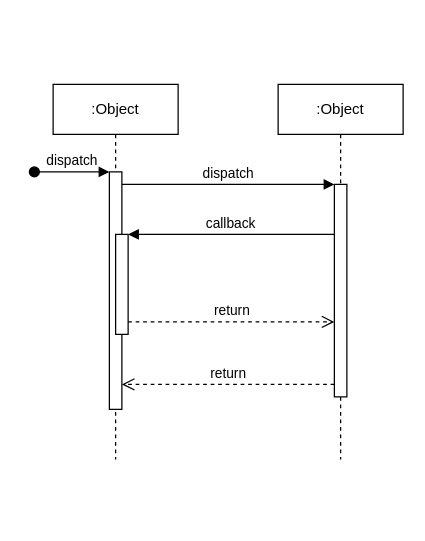
This is Diagramme sans nom.drawio from AssFrdz/Diagramme-de-classe, a draw.io file, before an edit. Source tidied: cells renumbered, new cells numbered last; positions are measured from the earlier drawing's top-left corner, leaving out a move shared by most shapes. Both pictures are drawn from the tidied source at 125%, with x=0, y=0 at pixel (34, 84).
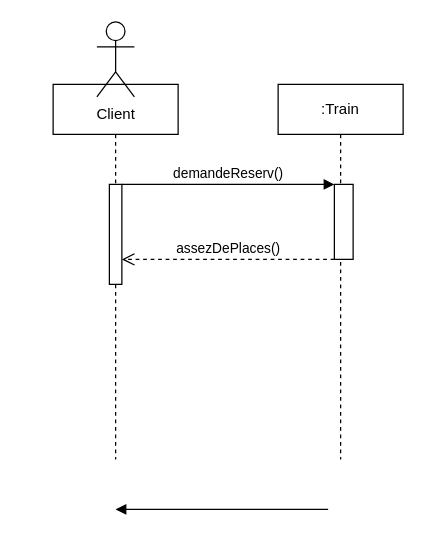
The same page after the edit.

Commit message:
Mettre à jour Diagramme sans nom.drawio

Diff of the diagram source:
```diff
@@
 <mxGraphModel>
   <root>
     <mxCell id="0" />
     <mxCell id="1" parent="0" />
-    <mxCell id="2" value=":Object" style="shape=umlLifeline;perimeter=lifelinePerimeter;whiteSpace=wrap;html=1;newEdgeStyle={&quot;edgeStyle&quot;:&quot;elbowEdgeStyle&quot;,&quot;elbow&quot;:&quot;vertical&quot;,&quot;curved&quot;:0,&quot;rounded&quot;:0};" parent="1" vertex="1">
+    <mxCell id="2" style="shape=umlLifeline;perimeter=lifelinePerimeter;whiteSpace=wrap;html=1;newEdgeStyle={&quot;edgeStyle&quot;:&quot;elbowEdgeStyle&quot;,&quot;elbow&quot;:&quot;vertical&quot;,&quot;curved&quot;:0,&quot;rounded&quot;:0};" parent="1" vertex="1">
       <mxGeometry x="15" width="100" height="300" as="geometry" />
     </mxCell>
-    <mxCell id="3" style="html=1;points=[];perimeter=orthogonalPerimeter;outlineConnect=0;targetShapes=umlLifeline;portConstraint=eastwest;newEdgeStyle={&quot;edgeStyle&quot;:&quot;elbowEdgeStyle&quot;,&quot;elbow&quot;:&quot;vertical&quot;,&quot;curved&quot;:0,&quot;rounded&quot;:0};" parent="2" vertex="1">
-      <mxGeometry x="45" y="70" width="10" height="190" as="geometry" />
-    </mxCell>
-    <mxCell id="4" value="dispatch" style="html=1;verticalAlign=bottom;startArrow=oval;endArrow=block;startSize=8;edgeStyle=elbowEdgeStyle;elbow=vertical;curved=0;rounded=0;" parent="2" edge="1" target="3">
-      <mxGeometry relative="1" as="geometry">
-        <mxPoint x="-15" y="70" as="sourcePoint" />
-      </mxGeometry>
-    </mxCell>
     <mxCell id="5" style="html=1;points=[];perimeter=orthogonalPerimeter;outlineConnect=0;targetShapes=umlLifeline;portConstraint=eastwest;newEdgeStyle={&quot;edgeStyle&quot;:&quot;elbowEdgeStyle&quot;,&quot;elbow&quot;:&quot;vertical&quot;,&quot;curved&quot;:0,&quot;rounded&quot;:0};" parent="2" vertex="1">
-      <mxGeometry x="50" y="120" width="10" height="80" as="geometry" />
+      <mxGeometry x="45" y="80" width="10" height="80" as="geometry" />
     </mxCell>
-    <mxCell id="6" value=":Object" style="shape=umlLifeline;perimeter=lifelinePerimeter;whiteSpace=wrap;html=1;newEdgeStyle={&quot;edgeStyle&quot;:&quot;elbowEdgeStyle&quot;,&quot;elbow&quot;:&quot;vertical&quot;,&quot;curved&quot;:0,&quot;rounded&quot;:0};" parent="1" vertex="1">
+    <mxCell id="6" value=":Train" style="shape=umlLifeline;perimeter=lifelinePerimeter;whiteSpace=wrap;html=1;newEdgeStyle={&quot;edgeStyle&quot;:&quot;elbowEdgeStyle&quot;,&quot;elbow&quot;:&quot;vertical&quot;,&quot;curved&quot;:0,&quot;rounded&quot;:0};" parent="1" vertex="1">
       <mxGeometry x="195" width="100" height="300" as="geometry" />
     </mxCell>
     <mxCell id="7" style="html=1;points=[];perimeter=orthogonalPerimeter;outlineConnect=0;targetShapes=umlLifeline;portConstraint=eastwest;newEdgeStyle={&quot;edgeStyle&quot;:&quot;elbowEdgeStyle&quot;,&quot;elbow&quot;:&quot;vertical&quot;,&quot;curved&quot;:0,&quot;rounded&quot;:0};" parent="6" vertex="1">
-      <mxGeometry x="45" y="80" width="10" height="170" as="geometry" />
+      <mxGeometry x="45" y="80" width="15" height="60" as="geometry" />
     </mxCell>
-    <mxCell id="8" value="dispatch" style="html=1;verticalAlign=bottom;endArrow=block;edgeStyle=elbowEdgeStyle;elbow=vertical;curved=0;rounded=0;" parent="1" edge="1" source="3" target="7">
+    <mxCell id="8" value="demandeReserv()" style="html=1;verticalAlign=bottom;endArrow=block;edgeStyle=elbowEdgeStyle;elbow=vertical;curved=0;rounded=0;" parent="1" edge="1" target="7">
       <mxGeometry relative="1" as="geometry">
+        <mxPoint x="70" y="80" as="sourcePoint" />
         <Array as="points">
           <mxPoint x="155" y="80" />
         </Array>
       </mxGeometry>
     </mxCell>
-    <mxCell id="9" value="return" style="html=1;verticalAlign=bottom;endArrow=open;dashed=1;endSize=8;edgeStyle=elbowEdgeStyle;elbow=vertical;curved=0;rounded=0;" parent="1" edge="1" source="7" target="3">
-      <mxGeometry relative="1" as="geometry">
-        <Array as="points">
-          <mxPoint x="165" y="240" />
-        </Array>
-      </mxGeometry>
-    </mxCell>
-    <mxCell id="10" value="callback" style="html=1;verticalAlign=bottom;endArrow=block;edgeStyle=elbowEdgeStyle;elbow=vertical;curved=0;rounded=0;" parent="1" edge="1" source="7" target="5">
+    <mxCell id="10" style="html=1;verticalAlign=bottom;endArrow=block;edgeStyle=elbowEdgeStyle;elbow=vertical;curved=0;rounded=0;" parent="1" edge="1">
       <mxGeometry relative="1" as="geometry">
+        <mxPoint x="235" y="340" as="sourcePoint" />
+        <mxPoint x="65" y="340" as="targetPoint" />
         <Array as="points">
-          <mxPoint x="165" y="120" />
+          <mxPoint x="160" y="340" />
         </Array>
       </mxGeometry>
     </mxCell>
-    <mxCell id="11" value="return" style="html=1;verticalAlign=bottom;endArrow=open;dashed=1;endSize=8;edgeStyle=elbowEdgeStyle;elbow=vertical;curved=0;rounded=0;" parent="1" edge="1" source="5" target="7">
-      <mxGeometry relative="1" as="geometry">
-        <Array as="points">
-          <mxPoint x="155" y="190" />
-        </Array>
-      </mxGeometry>
-    </mxCell>
+    <mxCell id="12" value="assezDePlaces()" style="html=1;verticalAlign=bottom;endArrow=open;dashed=1;endSize=8;edgeStyle=elbowEdgeStyle;elbow=vertical;curved=0;rounded=0;" parent="1" edge="1">
+      <mxGeometry relative="1" as="geometry">
+        <mxPoint x="240" y="140" as="sourcePoint" />
+        <mxPoint x="70" y="140" as="targetPoint" />
+        <Array as="points">
+          <mxPoint x="165" y="140" />
+        </Array>
+      </mxGeometry>
+    </mxCell>
+    <mxCell id="13" value="Client" style="shape=umlActor;verticalLabelPosition=bottom;verticalAlign=top;html=1;" parent="1" vertex="1">
+      <mxGeometry x="50" y="-50" width="30" height="60" as="geometry" />
+    </mxCell>
   </root>
 </mxGraphModel>
```
